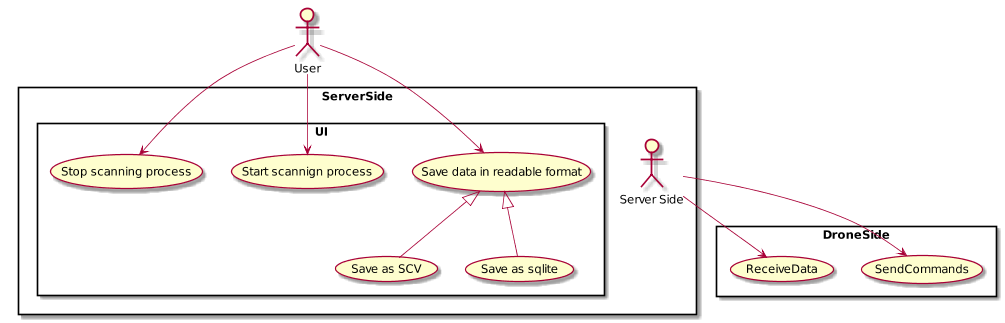
Before: docs/use_case_view/use_cases.png, a diagram exported from PlantUML (Kozoriz/TrashProjects). The source it was exported from:
```plantuml
@startuml
scale max 1024*768

:User: as U

rectangle ServerSide {
:Server Side: as SS

rectangle UI {
	(Save data in readable format) as SDRF

	SDRF <|-- (Save as SCV)
	SDRF <|-- (Save as sqlite)

	U --> (Start scannign process)
	U --> (Stop scanning process)
	U --> SDRF
}
}

rectangle DroneSide {
	SS --> (SendCommands)
	SS --> (ReceiveData)
}




@enduml
```
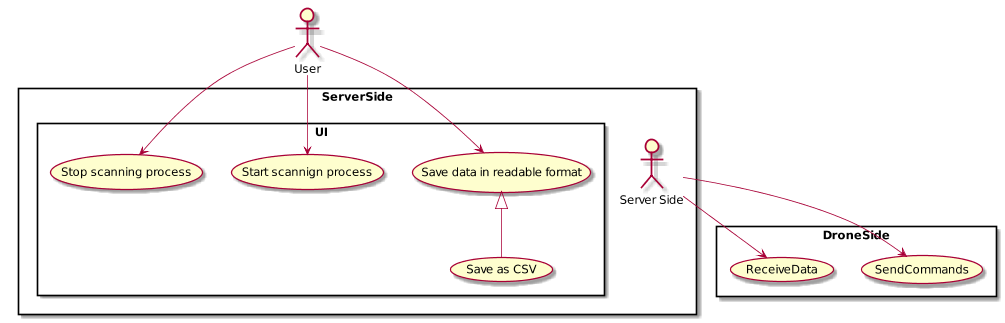
Above is the later version.

What changed in the source:
```diff
@@ -9,8 +9,7 @@
 rectangle UI {
 	(Save data in readable format) as SDRF
 
-	SDRF <|-- (Save as SCV)
-	SDRF <|-- (Save as sqlite)
+	SDRF <|-- (Save as CSV)
 
 	U --> (Start scannign process)
 	U --> (Stop scanning process)
```
